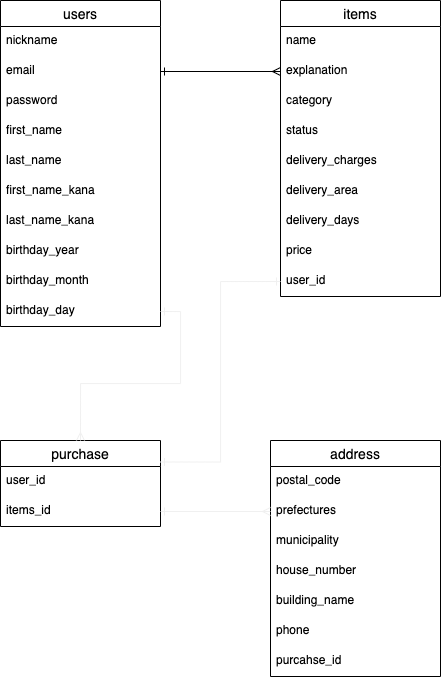
Above: config/furima35541.drawio.png in ma-sensei-web/furima-35541 (draw.io), before the change. Source tidied: cells renumbered, new cells last; positions are measured from the earlier drawing's top-left corner, leaving out a move shared by most shapes.
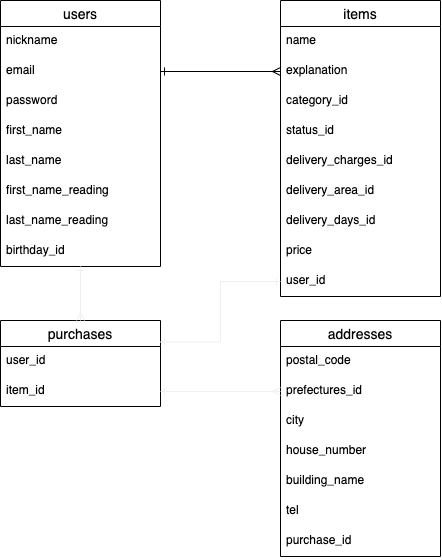
The same file after the commit.

Commit message:
データベースの設計の修正

The edit, as a diff of the source:
```diff
@@ -3,7 +3,7 @@
     <mxCell id="0" />
     <mxCell id="1" parent="0" />
     <mxCell id="2" value="users" style="swimlane;fontStyle=0;horizontal=1;startSize=26;align=center;fontSize=14;" parent="1" vertex="1">
-      <mxGeometry width="160" height="326" as="geometry" />
+      <mxGeometry width="160" height="266" as="geometry" />
     </mxCell>
     <mxCell id="3" value="nickname" style="text;strokeColor=none;fillColor=none;spacingLeft=4;spacingRight=4;overflow=hidden;fontSize=12;" parent="2" vertex="1">
       <mxGeometry y="26" width="160" height="30" as="geometry" />
@@ -20,21 +20,15 @@
     <mxCell id="7" value="last_name" style="text;strokeColor=none;fillColor=none;spacingLeft=4;spacingRight=4;overflow=hidden;fontSize=12;shadow=1;" parent="2" vertex="1">
       <mxGeometry y="146" width="160" height="30" as="geometry" />
     </mxCell>
-    <mxCell id="8" value="first_name_kana" style="text;strokeColor=none;fillColor=none;spacingLeft=4;spacingRight=4;overflow=hidden;fontSize=12;shadow=1;" parent="2" vertex="1">
+    <mxCell id="8" value="first_name_reading" style="text;strokeColor=none;fillColor=none;spacingLeft=4;spacingRight=4;overflow=hidden;fontSize=12;shadow=1;" parent="2" vertex="1">
       <mxGeometry y="176" width="160" height="30" as="geometry" />
     </mxCell>
-    <mxCell id="9" value="last_name_kana" style="text;strokeColor=none;fillColor=none;spacingLeft=4;spacingRight=4;overflow=hidden;fontSize=12;shadow=1;" parent="2" vertex="1">
+    <mxCell id="9" value="last_name_reading" style="text;strokeColor=none;fillColor=none;spacingLeft=4;spacingRight=4;overflow=hidden;fontSize=12;shadow=1;" parent="2" vertex="1">
       <mxGeometry y="206" width="160" height="30" as="geometry" />
     </mxCell>
-    <mxCell id="10" value="birthday_year" style="text;strokeColor=none;fillColor=none;spacingLeft=4;spacingRight=4;overflow=hidden;fontSize=12;shadow=1;" parent="2" vertex="1">
+    <mxCell id="10" value="birthday_id" style="text;strokeColor=none;fillColor=none;spacingLeft=4;spacingRight=4;overflow=hidden;fontSize=12;shadow=1;" parent="2" vertex="1">
       <mxGeometry y="236" width="160" height="30" as="geometry" />
     </mxCell>
-    <mxCell id="11" value="birthday_month" style="text;strokeColor=none;fillColor=none;spacingLeft=4;spacingRight=4;overflow=hidden;fontSize=12;shadow=1;" parent="2" vertex="1">
-      <mxGeometry y="266" width="160" height="30" as="geometry" />
-    </mxCell>
-    <mxCell id="12" value="birthday_day" style="text;strokeColor=none;fillColor=none;spacingLeft=4;spacingRight=4;overflow=hidden;points=[[0,0.5],[1,0.5]];portConstraint=eastwest;fontSize=12;shadow=1;" parent="2" vertex="1">
-      <mxGeometry y="296" width="160" height="30" as="geometry" />
-    </mxCell>
     <mxCell id="13" value="items" style="swimlane;fontStyle=0;horizontal=1;startSize=26;align=center;fontSize=14;shadow=0;" parent="1" vertex="1">
       <mxGeometry x="280" width="160" height="296" as="geometry" />
     </mxCell>
@@ -44,19 +38,19 @@
     <mxCell id="15" value="explanation" style="text;strokeColor=none;fillColor=none;spacingLeft=4;spacingRight=4;overflow=hidden;points=[[0,0.5],[1,0.5]];portConstraint=eastwest;fontSize=12;" parent="13" vertex="1">
       <mxGeometry y="56" width="160" height="30" as="geometry" />
     </mxCell>
-    <mxCell id="16" value="category" style="text;strokeColor=none;fillColor=none;spacingLeft=4;spacingRight=4;overflow=hidden;fontSize=12;" parent="13" vertex="1">
+    <mxCell id="16" value="category_id" style="text;strokeColor=none;fillColor=none;spacingLeft=4;spacingRight=4;overflow=hidden;fontSize=12;" parent="13" vertex="1">
       <mxGeometry y="86" width="160" height="30" as="geometry" />
     </mxCell>
-    <mxCell id="17" value="status" style="text;strokeColor=none;fillColor=none;spacingLeft=4;spacingRight=4;overflow=hidden;fontSize=12;" parent="13" vertex="1">
+    <mxCell id="17" value="status_id" style="text;strokeColor=none;fillColor=none;spacingLeft=4;spacingRight=4;overflow=hidden;fontSize=12;" parent="13" vertex="1">
       <mxGeometry y="116" width="160" height="30" as="geometry" />
     </mxCell>
-    <mxCell id="18" value="delivery_charges" style="text;strokeColor=none;fillColor=none;spacingLeft=4;spacingRight=4;overflow=hidden;fontSize=12;" parent="13" vertex="1">
+    <mxCell id="18" value="delivery_charges_id" style="text;strokeColor=none;fillColor=none;spacingLeft=4;spacingRight=4;overflow=hidden;fontSize=12;" parent="13" vertex="1">
       <mxGeometry y="146" width="160" height="30" as="geometry" />
     </mxCell>
-    <mxCell id="19" value="delivery_area" style="text;strokeColor=none;fillColor=none;spacingLeft=4;spacingRight=4;overflow=hidden;fontSize=12;" parent="13" vertex="1">
+    <mxCell id="19" value="delivery_area_id" style="text;strokeColor=none;fillColor=none;spacingLeft=4;spacingRight=4;overflow=hidden;fontSize=12;" parent="13" vertex="1">
       <mxGeometry y="176" width="160" height="30" as="geometry" />
     </mxCell>
-    <mxCell id="20" value="delivery_days" style="text;strokeColor=none;fillColor=none;spacingLeft=4;spacingRight=4;overflow=hidden;fontSize=12;" parent="13" vertex="1">
+    <mxCell id="20" value="delivery_days_id" style="text;strokeColor=none;fillColor=none;spacingLeft=4;spacingRight=4;overflow=hidden;fontSize=12;" parent="13" vertex="1">
       <mxGeometry y="206" width="160" height="30" as="geometry" />
     </mxCell>
     <mxCell id="21" value="price" style="text;strokeColor=none;fillColor=none;spacingLeft=4;spacingRight=4;overflow=hidden;fontSize=12;" parent="13" vertex="1">
@@ -65,44 +59,46 @@
     <mxCell id="22" value="user_id" style="text;strokeColor=none;fillColor=none;spacingLeft=4;spacingRight=4;overflow=hidden;points=[[0,0.5],[1,0.5]];portConstraint=eastwest;fontSize=12;" parent="13" vertex="1">
       <mxGeometry y="266" width="160" height="30" as="geometry" />
     </mxCell>
-    <mxCell id="23" value="purchase" style="swimlane;fontStyle=0;horizontal=1;startSize=26;align=center;fontSize=14;shadow=0;" parent="1" vertex="1">
-      <mxGeometry y="440" width="160" height="86" as="geometry" />
+    <mxCell id="23" value="purchases" style="swimlane;fontStyle=0;horizontal=1;startSize=26;align=center;fontSize=14;shadow=0;" parent="1" vertex="1">
+      <mxGeometry y="320" width="160" height="86" as="geometry" />
     </mxCell>
     <mxCell id="24" value="user_id" style="text;strokeColor=none;fillColor=none;spacingLeft=4;spacingRight=4;overflow=hidden;fontSize=12;" parent="23" vertex="1">
       <mxGeometry y="26" width="160" height="30" as="geometry" />
     </mxCell>
-    <mxCell id="25" value="items_id" style="text;strokeColor=none;fillColor=none;spacingLeft=4;spacingRight=4;overflow=hidden;points=[[0,0.5],[1,0.5]];portConstraint=eastwest;fontSize=12;" parent="23" vertex="1">
+    <mxCell id="25" value="item_id" style="text;strokeColor=none;fillColor=none;spacingLeft=4;spacingRight=4;overflow=hidden;points=[[0,0.5],[1,0.5]];portConstraint=eastwest;fontSize=12;" parent="23" vertex="1">
       <mxGeometry y="56" width="160" height="30" as="geometry" />
     </mxCell>
-    <mxCell id="26" value="address" style="swimlane;fontStyle=0;horizontal=1;startSize=26;align=center;fontSize=14;shadow=0;" parent="1" vertex="1">
-      <mxGeometry x="270" y="440" width="170" height="236" as="geometry" />
+    <mxCell id="26" value="addresses" style="swimlane;fontStyle=0;horizontal=1;startSize=26;align=center;fontSize=14;shadow=0;" parent="1" vertex="1">
+      <mxGeometry x="280" y="320" width="160" height="236" as="geometry" />
     </mxCell>
     <mxCell id="27" value="postal_code" style="text;strokeColor=none;fillColor=none;spacingLeft=4;spacingRight=4;overflow=hidden;fontSize=12;" parent="26" vertex="1">
-      <mxGeometry y="26" width="170" height="30" as="geometry" />
+      <mxGeometry y="26" width="160" height="30" as="geometry" />
     </mxCell>
-    <mxCell id="28" value="prefectures" style="text;strokeColor=none;fillColor=none;spacingLeft=4;spacingRight=4;overflow=hidden;points=[[0,0.5],[1,0.5]];portConstraint=eastwest;fontSize=12;" parent="26" vertex="1">
-      <mxGeometry y="56" width="170" height="30" as="geometry" />
+    <mxCell id="28" value="prefectures_id" style="text;strokeColor=none;fillColor=none;spacingLeft=4;spacingRight=4;overflow=hidden;points=[[0,0.5],[1,0.5]];portConstraint=eastwest;fontSize=12;" parent="26" vertex="1">
+      <mxGeometry y="56" width="160" height="30" as="geometry" />
     </mxCell>
-    <mxCell id="29" value="municipality" style="text;strokeColor=none;fillColor=none;spacingLeft=4;spacingRight=4;overflow=hidden;fontSize=12;" parent="26" vertex="1">
-      <mxGeometry y="86" width="170" height="30" as="geometry" />
+    <mxCell id="29" value="city" style="text;strokeColor=none;fillColor=none;spacingLeft=4;spacingRight=4;overflow=hidden;fontSize=12;" parent="26" vertex="1">
+      <mxGeometry y="86" width="160" height="30" as="geometry" />
     </mxCell>
     <mxCell id="30" value="house_number" style="text;strokeColor=none;fillColor=none;spacingLeft=4;spacingRight=4;overflow=hidden;fontSize=12;" parent="26" vertex="1">
-      <mxGeometry y="116" width="170" height="30" as="geometry" />
+      <mxGeometry y="116" width="160" height="30" as="geometry" />
     </mxCell>
     <mxCell id="31" value="building_name" style="text;strokeColor=none;fillColor=none;spacingLeft=4;spacingRight=4;overflow=hidden;fontSize=12;" parent="26" vertex="1">
-      <mxGeometry y="146" width="170" height="30" as="geometry" />
+      <mxGeometry y="146" width="160" height="30" as="geometry" />
     </mxCell>
-    <mxCell id="32" value="phone" style="text;strokeColor=none;fillColor=none;spacingLeft=4;spacingRight=4;overflow=hidden;fontSize=12;" parent="26" vertex="1">
-      <mxGeometry y="176" width="170" height="30" as="geometry" />
+    <mxCell id="32" value="tel" style="text;strokeColor=none;fillColor=none;spacingLeft=4;spacingRight=4;overflow=hidden;fontSize=12;" parent="26" vertex="1">
+      <mxGeometry y="176" width="160" height="30" as="geometry" />
     </mxCell>
-    <mxCell id="33" value="purcahse_id" style="text;strokeColor=none;fillColor=none;spacingLeft=4;spacingRight=4;overflow=hidden;fontSize=12;" parent="26" vertex="1">
-      <mxGeometry y="206" width="170" height="30" as="geometry" />
+    <mxCell id="33" value="purchase_id" style="text;strokeColor=none;fillColor=none;spacingLeft=4;spacingRight=4;overflow=hidden;fontSize=12;" parent="26" vertex="1">
+      <mxGeometry y="206" width="160" height="30" as="geometry" />
     </mxCell>
     <mxCell id="34" style="edgeStyle=orthogonalEdgeStyle;rounded=0;jettySize=auto;html=1;exitX=1;exitY=0.5;exitDx=0;exitDy=0;entryX=0;entryY=0.5;entryDx=0;entryDy=0;endArrow=ERmany;endFill=0;startArrow=ERone;startFill=0;" parent="1" edge="1" source="4" target="15">
       <mxGeometry relative="1" as="geometry" />
     </mxCell>
-    <mxCell id="35" style="edgeStyle=orthogonalEdgeStyle;rounded=0;jettySize=auto;html=1;exitX=1;exitY=0.5;exitDx=0;exitDy=0;entryX=0.5;entryY=0;entryDx=0;entryDy=0;startArrow=ERone;startFill=0;endArrow=ERmany;endFill=0;strokeColor=#f0f0f0;" parent="1" edge="1" source="12" target="23">
-      <mxGeometry relative="1" as="geometry" />
+    <mxCell id="35" style="edgeStyle=orthogonalEdgeStyle;rounded=0;jettySize=auto;html=1;startArrow=ERone;startFill=0;endArrow=ERmany;endFill=0;strokeColor=#f0f0f0;exitX=0.5;exitY=1;exitDx=0;exitDy=0;" parent="1" edge="1" source="2">
+      <mxGeometry relative="1" as="geometry">
+        <mxPoint x="80" y="320" as="targetPoint" />
+      </mxGeometry>
     </mxCell>
     <mxCell id="36" style="edgeStyle=orthogonalEdgeStyle;rounded=0;jettySize=auto;html=1;exitX=0;exitY=0.5;exitDx=0;exitDy=0;entryX=1;entryY=0.25;entryDx=0;entryDy=0;startArrow=ERone;startFill=0;endArrow=ERone;endFill=0;strokeColor=#f0f0f0;" parent="1" edge="1" source="22" target="23">
       <mxGeometry relative="1" as="geometry" />
```
